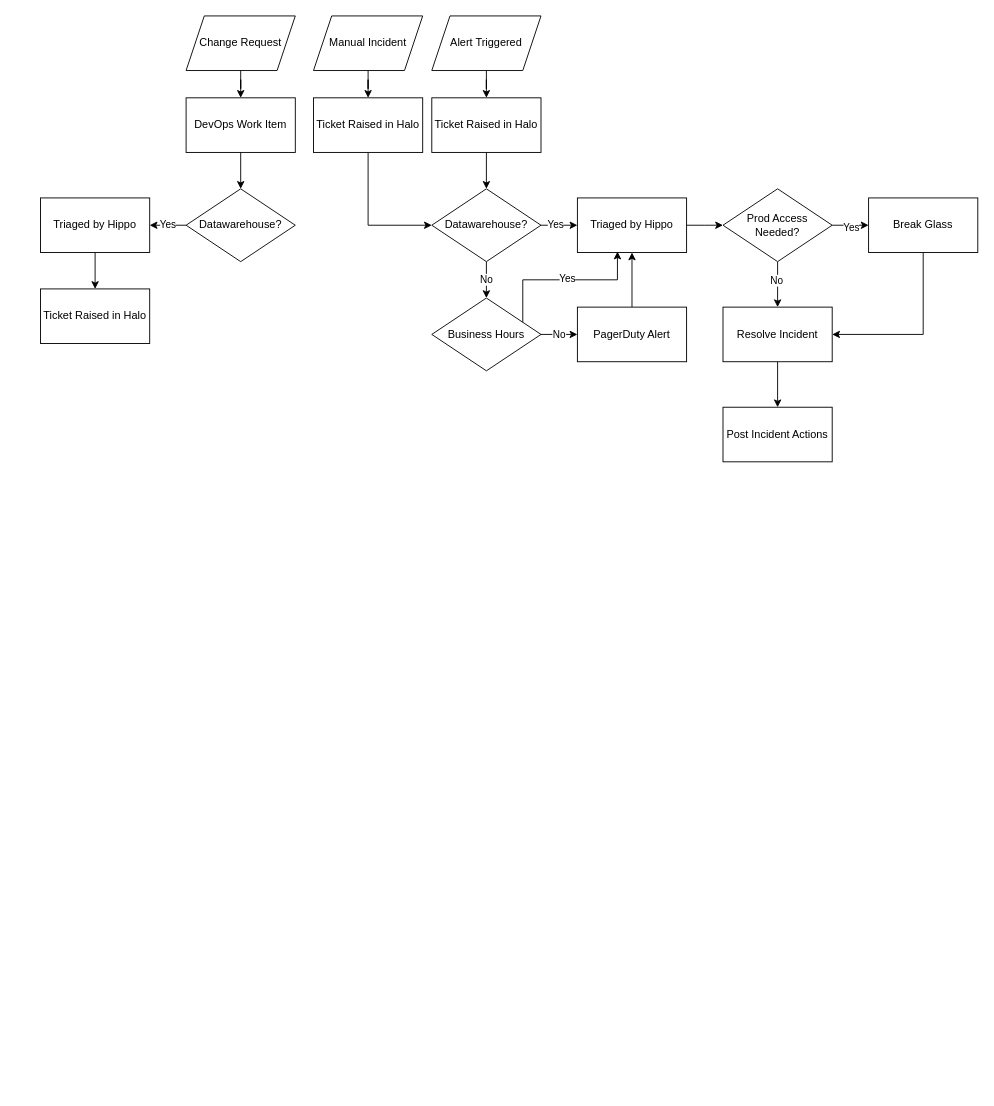
The draw.io diagram Untitled Diagram.drawio in DCTFUK/Drawio, before the edit. Source tidied: cells renumbered, new cells numbered last; positions are measured from the earlier drawing's top-left corner, leaving out a move shared by most shapes. Both pictures are drawn from the tidied source at 91%, with x=0, y=0 at pixel (40, 15).
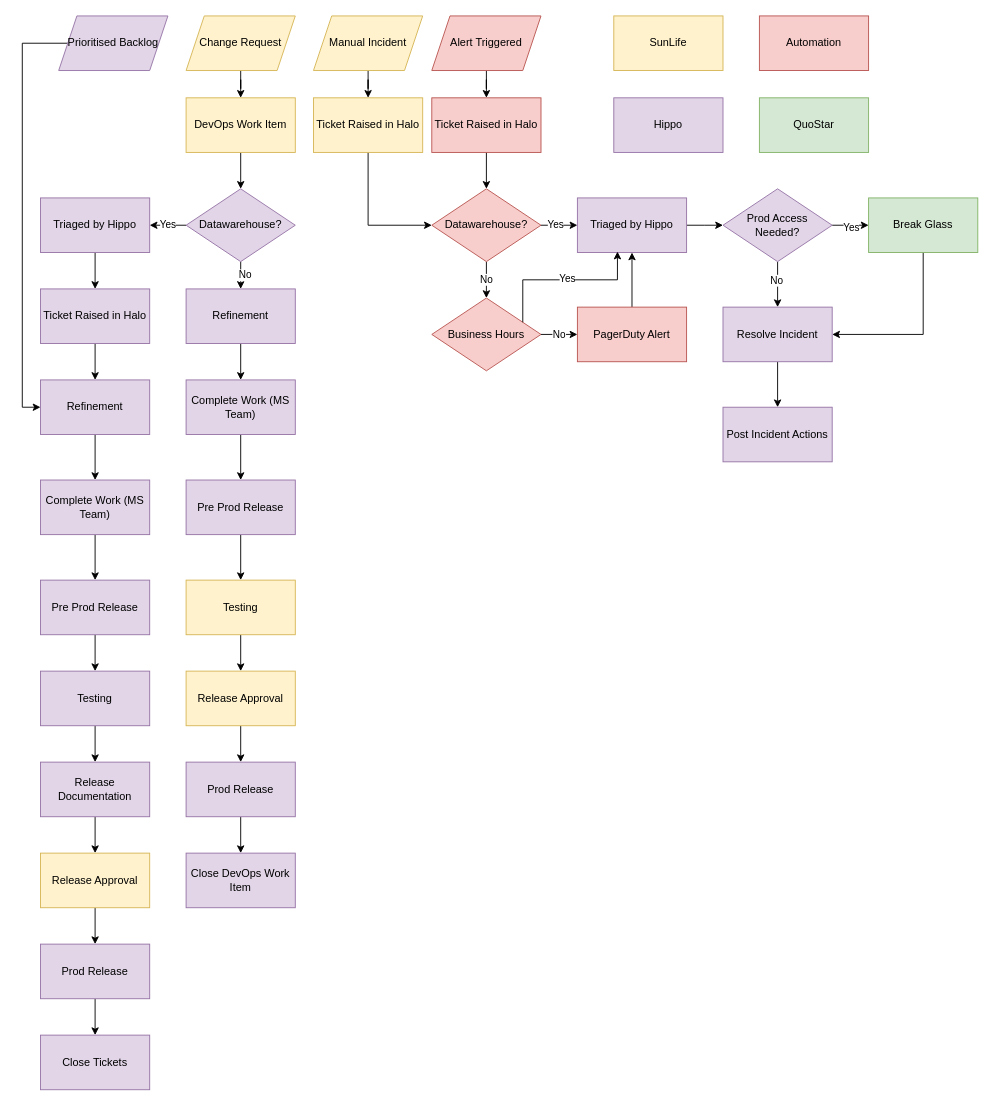
After the change.

Change to the diagram source:
```diff
@@
-    <mxCell id="3" value="Alert Triggered" style="shape=parallelogram;perimeter=parallelogramPerimeter;whiteSpace=wrap;html=1;fixedSize=1;" parent="1" vertex="1">
+    <mxCell id="3" value="Alert Triggered" style="shape=parallelogram;perimeter=parallelogramPerimeter;whiteSpace=wrap;html=1;fixedSize=1;fillColor=#f8cecc;strokeColor=#b85450;" parent="1" vertex="1">
       <mxGeometry x="430" width="120" height="60" as="geometry" />
     </mxCell>
@@
-    <mxCell id="5" value="Ticket Raised in Halo" style="rounded=0;whiteSpace=wrap;html=1;" parent="1" vertex="1">
+    <mxCell id="5" value="Ticket Raised in Halo" style="rounded=0;whiteSpace=wrap;html=1;fillColor=#f8cecc;strokeColor=#b85450;" parent="1" vertex="1">
       <mxGeometry x="430" y="90" width="120" height="60" as="geometry" />
     </mxCell>
@@
-    <mxCell id="9" value="Datawarehouse?" style="rhombus;whiteSpace=wrap;html=1;" parent="1" vertex="1">
+    <mxCell id="9" value="Datawarehouse?" style="rhombus;whiteSpace=wrap;html=1;fillColor=#f8cecc;strokeColor=#b85450;" parent="1" vertex="1">
       <mxGeometry x="430" y="190" width="120" height="80" as="geometry" />
     </mxCell>
@@
-    <mxCell id="11" value="PagerDuty Alert" style="rounded=0;whiteSpace=wrap;html=1;" parent="1" vertex="1">
+    <mxCell id="11" value="PagerDuty Alert" style="rounded=0;whiteSpace=wrap;html=1;fillColor=#f8cecc;strokeColor=#b85450;" parent="1" vertex="1">
       <mxGeometry x="590" y="320" width="120" height="60" as="geometry" />
     </mxCell>
@@
-    <mxCell id="13" value="Business Hours" style="rhombus;whiteSpace=wrap;html=1;" parent="1" vertex="1">
+    <mxCell id="13" value="Business Hours" style="rhombus;whiteSpace=wrap;html=1;fillColor=#f8cecc;strokeColor=#b85450;" parent="1" vertex="1">
       <mxGeometry x="430" y="310" width="120" height="80" as="geometry" />
     </mxCell>
@@
-    <mxCell id="15" value="Triaged by Hippo" style="rounded=0;whiteSpace=wrap;html=1;" parent="1" vertex="1">
+    <mxCell id="15" value="Triaged by Hippo" style="rounded=0;whiteSpace=wrap;html=1;fillColor=#e1d5e7;strokeColor=#9673a6;" parent="1" vertex="1">
       <mxGeometry x="590" y="200" width="120" height="60" as="geometry" />
     </mxCell>
@@
-    <mxCell id="17" value="Resolve Incident" style="rounded=0;whiteSpace=wrap;html=1;" parent="1" vertex="1">
+    <mxCell id="17" value="Resolve Incident" style="rounded=0;whiteSpace=wrap;html=1;fillColor=#e1d5e7;strokeColor=#9673a6;" parent="1" vertex="1">
       <mxGeometry x="750" y="320" width="120" height="60" as="geometry" />
     </mxCell>
-    <mxCell id="18" value="Post Incident Actions" style="rounded=0;whiteSpace=wrap;html=1;" parent="1" vertex="1">
+    <mxCell id="18" value="Post Incident Actions" style="rounded=0;whiteSpace=wrap;html=1;fillColor=#e1d5e7;strokeColor=#9673a6;" parent="1" vertex="1">
       <mxGeometry x="750" y="430" width="120" height="60" as="geometry" />
     </mxCell>
@@
-    <mxCell id="23" value="Prod Access Needed?" style="rhombus;whiteSpace=wrap;html=1;" parent="1" vertex="1">
+    <mxCell id="23" value="Prod Access Needed?" style="rhombus;whiteSpace=wrap;html=1;fillColor=#e1d5e7;strokeColor=#9673a6;" parent="1" vertex="1">
       <mxGeometry x="750" y="190" width="120" height="80" as="geometry" />
     </mxCell>
@@
-    <mxCell id="25" value="Break Glass" style="rounded=0;whiteSpace=wrap;html=1;" parent="1" vertex="1">
+    <mxCell id="25" value="Break Glass" style="rounded=0;whiteSpace=wrap;html=1;fillColor=#d5e8d4;strokeColor=#82b366;" parent="1" vertex="1">
       <mxGeometry x="910" y="200" width="120" height="60" as="geometry" />
     </mxCell>
@@
-    <mxCell id="27" value="Manual Incident" style="shape=parallelogram;perimeter=parallelogramPerimeter;whiteSpace=wrap;html=1;fixedSize=1;" parent="1" vertex="1">
+    <mxCell id="27" value="Manual Incident" style="shape=parallelogram;perimeter=parallelogramPerimeter;whiteSpace=wrap;html=1;fixedSize=1;fillColor=#fff2cc;strokeColor=#d6b656;" parent="1" vertex="1">
       <mxGeometry x="300" width="120" height="60" as="geometry" />
     </mxCell>
@@
-    <mxCell id="29" value="Ticket Raised in Halo" style="rounded=0;whiteSpace=wrap;html=1;" parent="1" vertex="1">
+    <mxCell id="29" value="Ticket Raised in Halo" style="rounded=0;whiteSpace=wrap;html=1;fillColor=#fff2cc;strokeColor=#d6b656;" parent="1" vertex="1">
       <mxGeometry x="300" y="90" width="120" height="60" as="geometry" />
     </mxCell>
@@
-    <mxCell id="33" value="Change Request" style="shape=parallelogram;perimeter=parallelogramPerimeter;whiteSpace=wrap;html=1;fixedSize=1;" parent="1" vertex="1">
+    <mxCell id="33" value="Change Request" style="shape=parallelogram;perimeter=parallelogramPerimeter;whiteSpace=wrap;html=1;fixedSize=1;fillColor=#fff2cc;strokeColor=#d6b656;" parent="1" vertex="1">
       <mxGeometry x="160" width="120" height="60" as="geometry" />
     </mxCell>
@@
-    <mxCell id="35" value="DevOps Work Item" style="rounded=0;whiteSpace=wrap;html=1;" parent="1" vertex="1">
+    <mxCell id="35" value="DevOps Work Item" style="rounded=0;whiteSpace=wrap;html=1;fillColor=#fff2cc;strokeColor=#d6b656;" parent="1" vertex="1">
       <mxGeometry x="160" y="90" width="120" height="60" as="geometry" />
     </mxCell>
@@
+    <mxCell id="41" style="edgeStyle=orthogonalEdgeStyle;rounded=0;jettySize=auto;html=1;" parent="1" edge="1" source="37" target="61">
+      <mxGeometry relative="1" as="geometry" />
+    </mxCell>
+    <mxCell id="42" value="No" style="edgeLabel;html=1;align=center;verticalAlign=middle;" parent="41" vertex="1">
+      <mxGeometry y="-4" relative="1" as="geometry">
+        <mxPoint y="-1" as="offset" />
+      </mxGeometry>
+    </mxCell>
-    <mxCell id="37" value="Datawarehouse?" style="rhombus;whiteSpace=wrap;html=1;" parent="1" vertex="1">
+    <mxCell id="37" value="Datawarehouse?" style="rhombus;whiteSpace=wrap;html=1;fillColor=#e1d5e7;strokeColor=#9673a6;" parent="1" vertex="1">
       <mxGeometry x="160" y="190" width="120" height="80" as="geometry" />
     </mxCell>
@@
-    <mxCell id="39" value="Triaged by Hippo" style="rounded=0;whiteSpace=wrap;html=1;" parent="1" vertex="1">
+    <mxCell id="39" value="Triaged by Hippo" style="rounded=0;whiteSpace=wrap;html=1;fillColor=#e1d5e7;strokeColor=#9673a6;" parent="1" vertex="1">
       <mxGeometry y="200" width="120" height="60" as="geometry" />
     </mxCell>
+    <mxCell id="43" style="edgeStyle=orthogonalEdgeStyle;rounded=0;jettySize=auto;html=1;" parent="1" edge="1" source="40" target="45">
+      <mxGeometry relative="1" as="geometry" />
+    </mxCell>
-    <mxCell id="40" value="Ticket Raised in Halo" style="rounded=0;whiteSpace=wrap;html=1;" parent="1" vertex="1">
+    <mxCell id="40" value="Ticket Raised in Halo" style="rounded=0;whiteSpace=wrap;html=1;fillColor=#e1d5e7;strokeColor=#9673a6;" parent="1" vertex="1">
       <mxGeometry y="300" width="120" height="60" as="geometry" />
     </mxCell>
+    <mxCell id="44" style="edgeStyle=orthogonalEdgeStyle;rounded=0;jettySize=auto;html=1;" parent="1" edge="1" source="45" target="47">
+      <mxGeometry relative="1" as="geometry" />
+    </mxCell>
+    <mxCell id="45" value="Refinement" style="rounded=0;whiteSpace=wrap;html=1;fillColor=#e1d5e7;strokeColor=#9673a6;" parent="1" vertex="1">
+      <mxGeometry y="400" width="120" height="60" as="geometry" />
+    </mxCell>
+    <mxCell id="46" style="edgeStyle=orthogonalEdgeStyle;rounded=0;jettySize=auto;html=1;" parent="1" edge="1" source="47" target="49">
+      <mxGeometry relative="1" as="geometry" />
+    </mxCell>
+    <mxCell id="47" value="Complete Work (MS Team)" style="rounded=0;whiteSpace=wrap;html=1;fillColor=#e1d5e7;strokeColor=#9673a6;" parent="1" vertex="1">
+      <mxGeometry y="510" width="120" height="60" as="geometry" />
+    </mxCell>
+    <mxCell id="48" style="edgeStyle=orthogonalEdgeStyle;rounded=0;jettySize=auto;html=1;" parent="1" edge="1" source="49" target="51">
+      <mxGeometry relative="1" as="geometry" />
+    </mxCell>
+    <mxCell id="49" value="Pre Prod Release" style="rounded=0;whiteSpace=wrap;html=1;fillColor=#e1d5e7;strokeColor=#9673a6;" parent="1" vertex="1">
+      <mxGeometry y="620" width="120" height="60" as="geometry" />
+    </mxCell>
+    <mxCell id="50" style="edgeStyle=orthogonalEdgeStyle;rounded=0;jettySize=auto;html=1;" parent="1" edge="1" source="51" target="53">
+      <mxGeometry relative="1" as="geometry" />
+    </mxCell>
+    <mxCell id="51" value="Testing" style="rounded=0;whiteSpace=wrap;html=1;fillColor=#e1d5e7;strokeColor=#9673a6;" parent="1" vertex="1">
+      <mxGeometry y="720" width="120" height="60" as="geometry" />
+    </mxCell>
+    <mxCell id="52" style="edgeStyle=orthogonalEdgeStyle;rounded=0;jettySize=auto;html=1;" parent="1" edge="1" source="53" target="55">
+      <mxGeometry relative="1" as="geometry" />
+    </mxCell>
+    <mxCell id="53" value="Release Documentation" style="rounded=0;whiteSpace=wrap;html=1;fillColor=#e1d5e7;strokeColor=#9673a6;" parent="1" vertex="1">
+      <mxGeometry y="820" width="120" height="60" as="geometry" />
+    </mxCell>
+    <mxCell id="54" style="edgeStyle=orthogonalEdgeStyle;rounded=0;jettySize=auto;html=1;" parent="1" edge="1" source="55" target="57">
+      <mxGeometry relative="1" as="geometry" />
+    </mxCell>
+    <mxCell id="55" value="Release Approval" style="rounded=0;whiteSpace=wrap;html=1;fillColor=#fff2cc;strokeColor=#d6b656;" parent="1" vertex="1">
+      <mxGeometry y="920" width="120" height="60" as="geometry" />
+    </mxCell>
+    <mxCell id="56" style="edgeStyle=orthogonalEdgeStyle;rounded=0;jettySize=auto;html=1;" parent="1" edge="1" source="57" target="73">
+      <mxGeometry relative="1" as="geometry" />
+    </mxCell>
+    <mxCell id="57" value="Prod Release" style="rounded=0;whiteSpace=wrap;html=1;fillColor=#e1d5e7;strokeColor=#9673a6;" parent="1" vertex="1">
+      <mxGeometry y="1020" width="120" height="60" as="geometry" />
+    </mxCell>
+    <mxCell id="58" style="edgeStyle=orthogonalEdgeStyle;rounded=0;jettySize=auto;html=1;entryX=0;entryY=0.5;entryDx=0;entryDy=0;" parent="1" edge="1" source="59" target="45">
+      <mxGeometry relative="1" as="geometry">
+        <Array as="points">
+          <mxPoint x="-20" y="30" />
+          <mxPoint x="-20" y="430" />
+        </Array>
+      </mxGeometry>
+    </mxCell>
+    <mxCell id="59" value="Prioritised Backlog" style="shape=parallelogram;perimeter=parallelogramPerimeter;whiteSpace=wrap;html=1;fixedSize=1;fillColor=#e1d5e7;strokeColor=#9673a6;" parent="1" vertex="1">
+      <mxGeometry x="20" width="120" height="60" as="geometry" />
+    </mxCell>
+    <mxCell id="60" style="edgeStyle=orthogonalEdgeStyle;rounded=0;jettySize=auto;html=1;" parent="1" edge="1" source="61" target="63">
+      <mxGeometry relative="1" as="geometry" />
+    </mxCell>
+    <mxCell id="61" value="Refinement" style="rounded=0;whiteSpace=wrap;html=1;fillColor=#e1d5e7;strokeColor=#9673a6;" parent="1" vertex="1">
+      <mxGeometry x="160" y="300" width="120" height="60" as="geometry" />
+    </mxCell>
+    <mxCell id="62" style="edgeStyle=orthogonalEdgeStyle;rounded=0;jettySize=auto;html=1;" parent="1" edge="1" source="63" target="65">
+      <mxGeometry relative="1" as="geometry" />
+    </mxCell>
+    <mxCell id="63" value="Complete Work (MS Team)" style="rounded=0;whiteSpace=wrap;html=1;fillColor=#e1d5e7;strokeColor=#9673a6;" parent="1" vertex="1">
+      <mxGeometry x="160" y="400" width="120" height="60" as="geometry" />
+    </mxCell>
+    <mxCell id="64" style="edgeStyle=orthogonalEdgeStyle;rounded=0;jettySize=auto;html=1;" parent="1" edge="1" source="65" target="67">
+      <mxGeometry relative="1" as="geometry" />
+    </mxCell>
+    <mxCell id="65" value="Pre Prod Release" style="rounded=0;whiteSpace=wrap;html=1;fillColor=#e1d5e7;strokeColor=#9673a6;" parent="1" vertex="1">
+      <mxGeometry x="160" y="510" width="120" height="60" as="geometry" />
+    </mxCell>
+    <mxCell id="66" style="edgeStyle=orthogonalEdgeStyle;rounded=0;jettySize=auto;html=1;" parent="1" edge="1" source="67" target="69">
+      <mxGeometry relative="1" as="geometry" />
+    </mxCell>
+    <mxCell id="67" value="Testing" style="rounded=0;whiteSpace=wrap;html=1;fillColor=#fff2cc;strokeColor=#d6b656;" parent="1" vertex="1">
+      <mxGeometry x="160" y="620" width="120" height="60" as="geometry" />
+    </mxCell>
+    <mxCell id="68" style="edgeStyle=orthogonalEdgeStyle;rounded=0;jettySize=auto;html=1;" parent="1" edge="1" source="69" target="71">
+      <mxGeometry relative="1" as="geometry" />
+    </mxCell>
+    <mxCell id="69" value="Release Approval" style="rounded=0;whiteSpace=wrap;html=1;fillColor=#fff2cc;strokeColor=#d6b656;" parent="1" vertex="1">
+      <mxGeometry x="160" y="720" width="120" height="60" as="geometry" />
+    </mxCell>
+    <mxCell id="70" style="edgeStyle=orthogonalEdgeStyle;rounded=0;jettySize=auto;html=1;" parent="1" edge="1" source="71" target="72">
+      <mxGeometry relative="1" as="geometry" />
+    </mxCell>
+    <mxCell id="71" value="Prod Release" style="rounded=0;whiteSpace=wrap;html=1;fillColor=#e1d5e7;strokeColor=#9673a6;" parent="1" vertex="1">
+      <mxGeometry x="160" y="820" width="120" height="60" as="geometry" />
+    </mxCell>
+    <mxCell id="72" value="Close DevOps Work Item" style="rounded=0;whiteSpace=wrap;html=1;fillColor=#e1d5e7;strokeColor=#9673a6;" parent="1" vertex="1">
+      <mxGeometry x="160" y="920" width="120" height="60" as="geometry" />
+    </mxCell>
+    <mxCell id="73" value="Close Tickets" style="rounded=0;whiteSpace=wrap;html=1;fillColor=#e1d5e7;strokeColor=#9673a6;" parent="1" vertex="1">
+      <mxGeometry y="1120" width="120" height="60" as="geometry" />
+    </mxCell>
+    <mxCell id="74" value="SunLife" style="rounded=0;whiteSpace=wrap;html=1;fillColor=#fff2cc;strokeColor=#d6b656;" parent="1" vertex="1">
+      <mxGeometry x="630" width="120" height="60" as="geometry" />
+    </mxCell>
+    <mxCell id="75" value="Hippo" style="rounded=0;whiteSpace=wrap;html=1;fillColor=#e1d5e7;strokeColor=#9673a6;" parent="1" vertex="1">
+      <mxGeometry x="630" y="90" width="120" height="60" as="geometry" />
+    </mxCell>
+    <mxCell id="76" value="QuoStar" style="rounded=0;whiteSpace=wrap;html=1;fillColor=#d5e8d4;strokeColor=#82b366;" parent="1" vertex="1">
+      <mxGeometry x="790" y="90" width="120" height="60" as="geometry" />
+    </mxCell>
+    <mxCell id="77" value="Automation" style="rounded=0;whiteSpace=wrap;html=1;fillColor=#f8cecc;strokeColor=#b85450;" parent="1" vertex="1">
+      <mxGeometry x="790" width="120" height="60" as="geometry" />
+    </mxCell>
```
